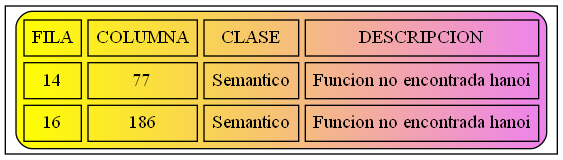
This is Errores.png from JoseMore99/OLC2_P1_201701015, a Graphviz export, as it was before one commit. Its source is kept beside it as Errores.dot.
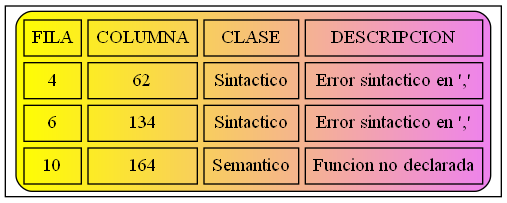
The same file after the commit.

The edit, as a diff of the source:
```diff
@@ -2,7 +2,8 @@
 node [shape=record];
 a0 [label=<<TABLE border="1" cellspacing="5" cellpadding="5" style="rounded" bgcolor="yellow:violet">
 "<TR><TD>FILA</TD><TD>COLUMNA</TD><TD>CLASE</TD><TD>DESCRIPCION</TD></TR>
-<TR><TD>14</TD><TD>77</TD><TD>Semantico</TD><TD>Funcion no encontrada hanoi</TD></TR>
-<TR><TD>16</TD><TD>186</TD><TD>Semantico</TD><TD>Funcion no encontrada hanoi</TD></TR>
+<TR><TD>4</TD><TD>62</TD><TD>Sintactico</TD><TD>Error sintactico en ','</TD></TR>
+<TR><TD>6</TD><TD>134</TD><TD>Sintactico</TD><TD>Error sintactico en ','</TD></TR>
+<TR><TD>10</TD><TD>164</TD><TD>Semantico</TD><TD>Funcion no declarada</TD></TR>
 </TABLE>>];
 }
```
